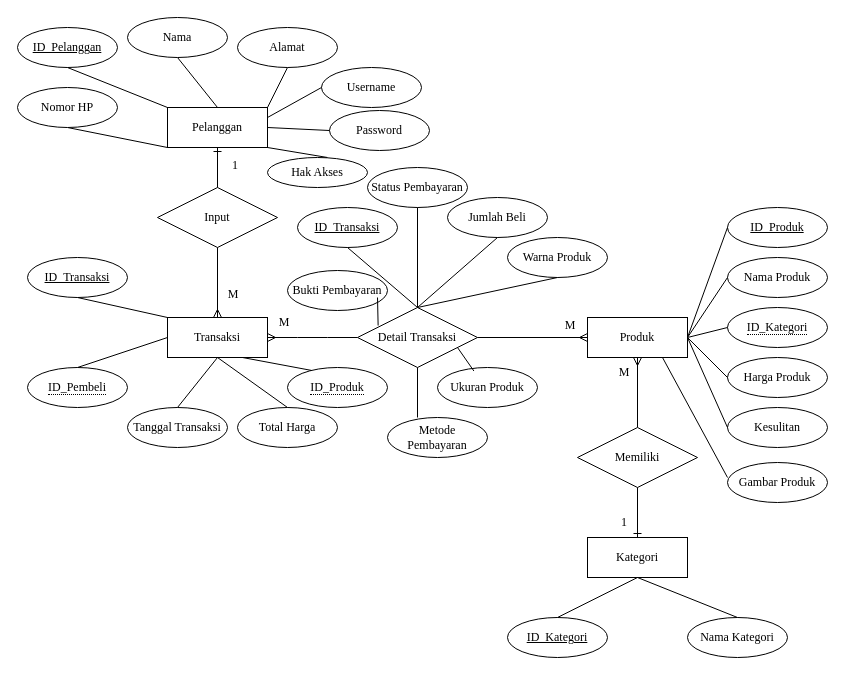
The draw.io diagram page "ERD" (15 of 18) of TA.drawio in angelinahandini/TA, before the edit. Source tidied: cells renumbered, new cells numbered last; positions are measured from the earlier drawing's top-left corner, leaving out a move shared by most shapes. Both pictures are drawn from the tidied source at 100%, with x=0, y=0 at pixel (17, 17).
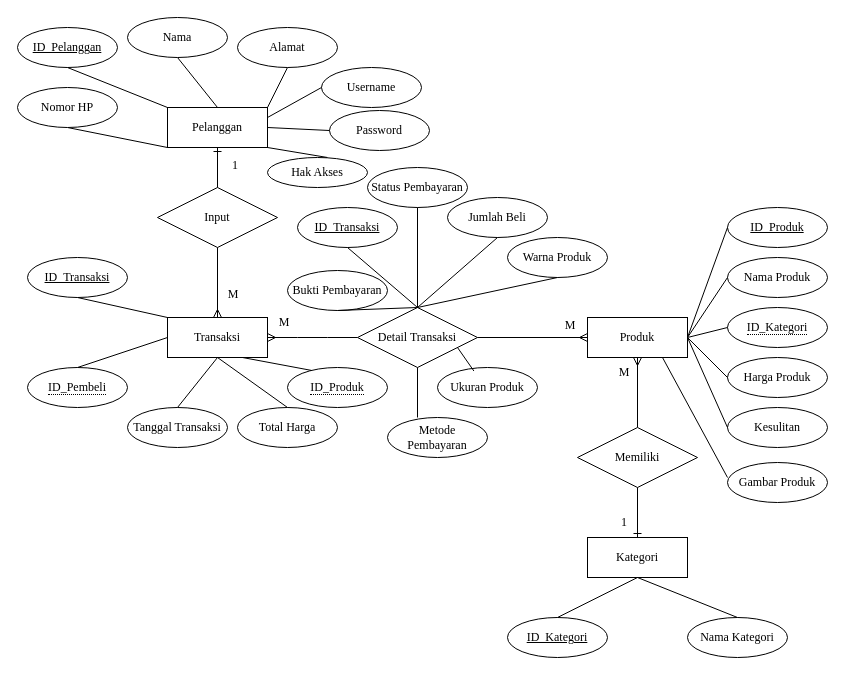
After the change.

The change refers to these unchanged cells:
```xml
<mxCell id="3" style="group;fontFamily=Times New Roman;" parent="1" vertex="1">
  <mxGeometry width="810" height="640" as="geometry" />
</mxCell>
<mxCell id="23" value="Detail Transaksi" style="shape=rhombus;perimeter=rhombusPerimeter;whiteSpace=wrap;html=1;align=center;fontFamily=Times New Roman;" parent="3" vertex="1">
  <mxGeometry x="340" y="290" width="120" height="60" as="geometry" />
</mxCell>
<mxCell id="73" value="Bukti Pembayaran" style="ellipse;whiteSpace=wrap;html=1;align=center;fontFamily=Times New Roman;" parent="3" vertex="1">
  <mxGeometry x="270" y="253" width="100" height="40" as="geometry" />
</mxCell>
```

Change to the diagram source:
```diff
@@
-    <mxCell id="74" style="endArrow=none;html=1;rounded=0;exitX=0.172;exitY=0.301;exitDx=0;exitDy=0;exitPerimeter=0;fontFamily=Times New Roman;" parent="3" edge="1" source="23">
-      <mxGeometry relative="1" as="geometry">
-        <mxPoint x="360" y="280" as="targetPoint" />
-      </mxGeometry>
+    <mxCell id="74" style="endArrow=none;html=1;rounded=0;exitX=0.5;exitY=0;exitDx=0;exitDy=0;fontFamily=Times New Roman;entryX=0.5;entryY=1;entryDx=0;entryDy=0;" parent="3" edge="1" source="23" target="73">
+      <mxGeometry relative="1" as="geometry" />
     </mxCell>
```
